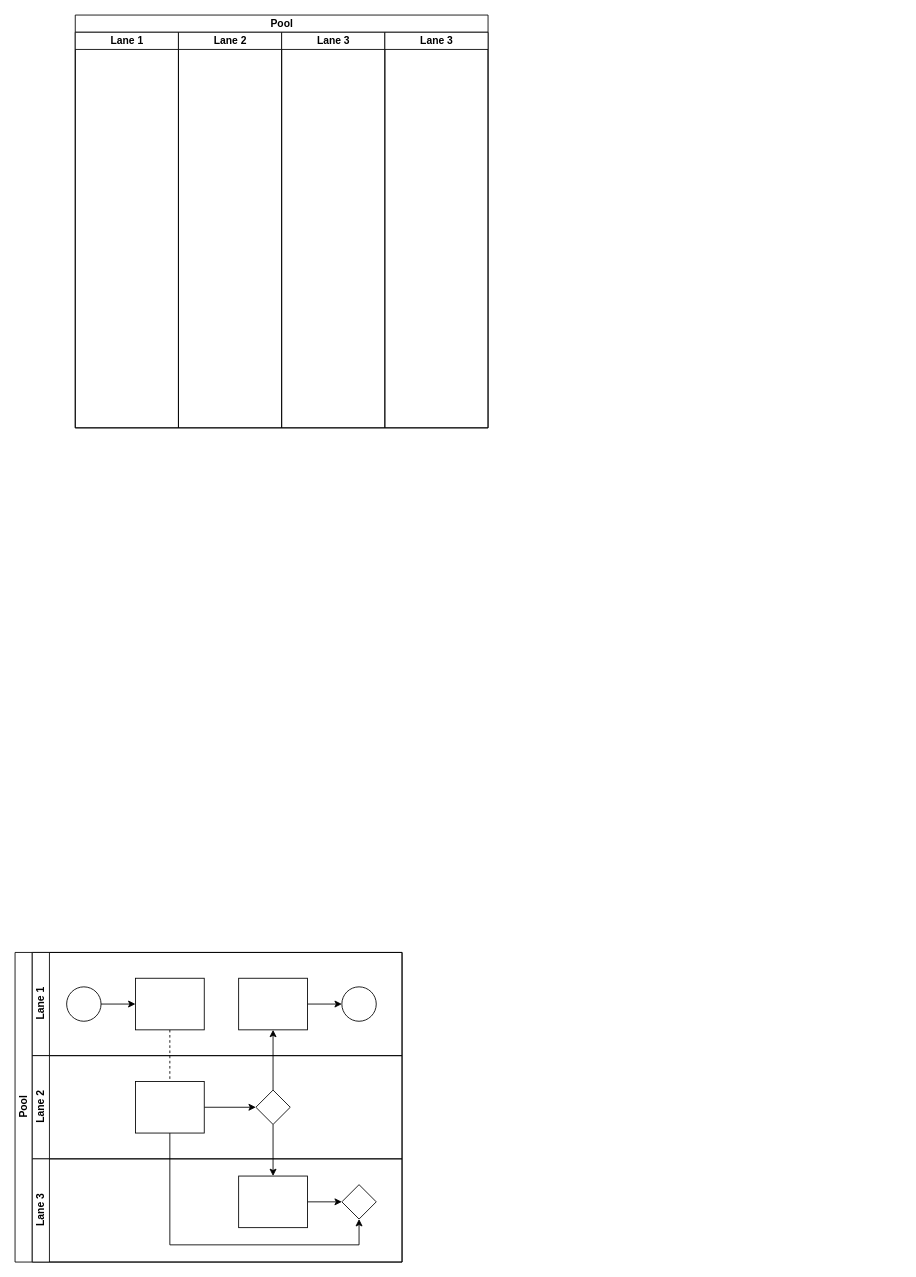
The draw.io diagram page "lane_diagram" (2 of 3) of graphs/datasets_v0.1.drawio in zhongchun/daily, before the edit. Source tidied: cells renumbered, new cells numbered last; positions are measured from the earlier drawing's top-left corner, leaving out a move shared by most shapes. Both pictures are drawn from the tidied source at 86%, with x=0, y=0 at pixel (15, 15).
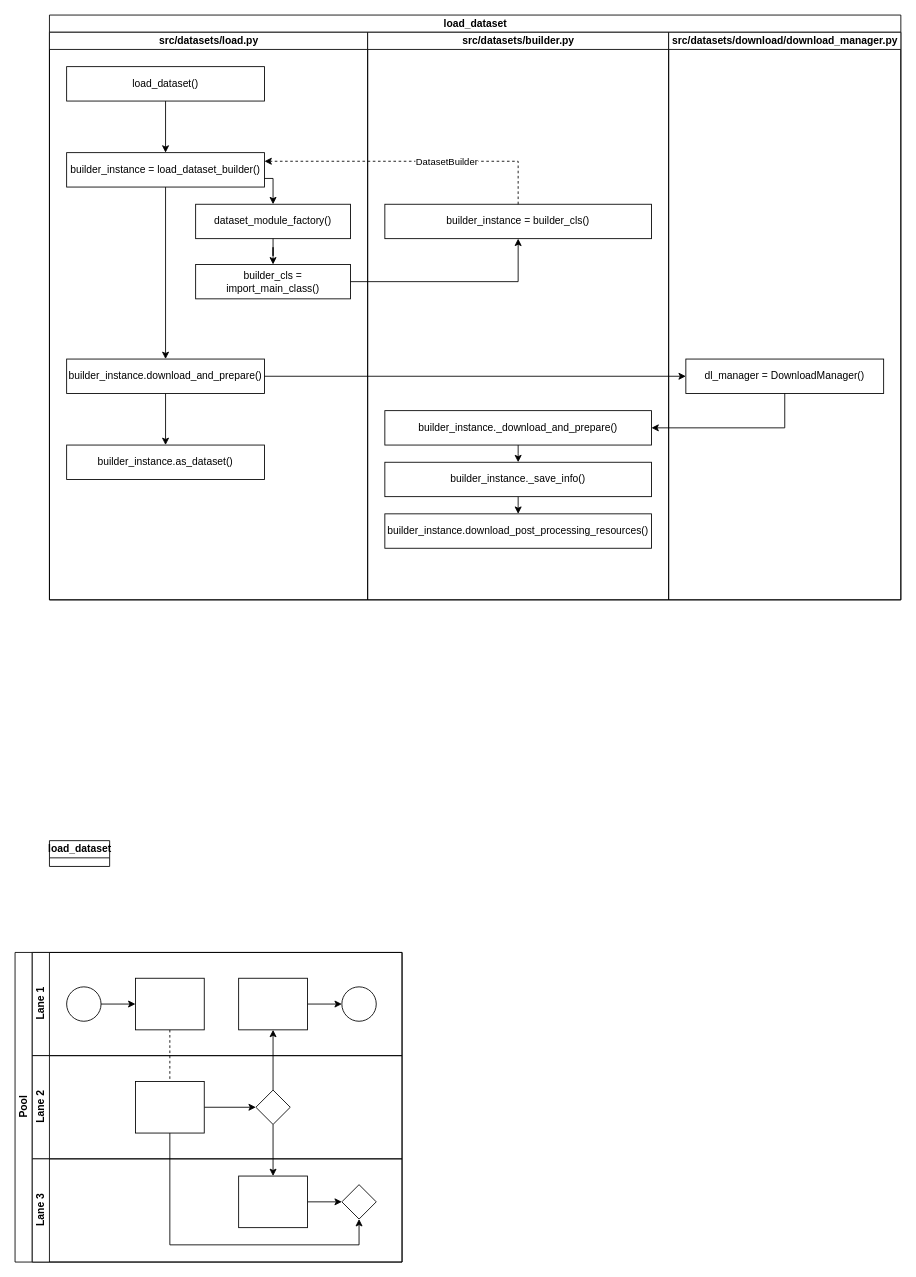
After the change.

Change to the diagram source:
```diff
@@
-    <mxCell id="2" value="Pool" style="swimlane;startSize=20;html=1;" parent="1" vertex="1">
-      <mxGeometry x="70" width="480" height="480" as="geometry" />
+    <mxCell id="2" value="load_dataset" style="swimlane;startSize=20;html=1;" parent="1" vertex="1">
+      <mxGeometry x="40" width="990" height="680" as="geometry" />
     </mxCell>
-    <mxCell id="3" value="Lane 1" style="swimlane;startSize=20;html=1;" parent="2" vertex="1">
-      <mxGeometry y="20" width="120" height="460" as="geometry" />
+    <mxCell id="3" value="src/datasets/load.py" style="swimlane;startSize=20;html=1;" parent="2" vertex="1">
+      <mxGeometry y="20" width="370" height="660" as="geometry" />
     </mxCell>
+    <mxCell id="27" style="edgeStyle=orthogonalEdgeStyle;rounded=0;jettySize=auto;html=1;" parent="3" edge="1" source="28" target="30">
+      <mxGeometry relative="1" as="geometry" />
+    </mxCell>
+    <mxCell id="28" value="load_dataset()" style="rounded=0;whiteSpace=wrap;html=1;" parent="3" vertex="1">
+      <mxGeometry x="20" y="40" width="230" height="40" as="geometry" />
+    </mxCell>
+    <mxCell id="29" style="edgeStyle=orthogonalEdgeStyle;rounded=0;jettySize=auto;html=1;" parent="3" edge="1" source="30" target="32">
+      <mxGeometry relative="1" as="geometry" />
+    </mxCell>
+    <mxCell id="30" value="builder_instance = load_dataset_builder()" style="rounded=0;whiteSpace=wrap;html=1;" parent="3" vertex="1">
+      <mxGeometry x="20" y="140" width="230" height="40" as="geometry" />
+    </mxCell>
+    <mxCell id="31" style="edgeStyle=orthogonalEdgeStyle;rounded=0;jettySize=auto;html=1;" parent="3" edge="1" source="32" target="33">
+      <mxGeometry relative="1" as="geometry" />
+    </mxCell>
+    <mxCell id="32" value="builder_instance.download_and_prepare()" style="rounded=0;whiteSpace=wrap;html=1;" parent="3" vertex="1">
+      <mxGeometry x="20" y="380" width="230" height="40" as="geometry" />
+    </mxCell>
+    <mxCell id="33" value="builder_instance.as_dataset()" style="rounded=0;whiteSpace=wrap;html=1;" parent="3" vertex="1">
+      <mxGeometry x="20" y="480" width="230" height="40" as="geometry" />
+    </mxCell>
+    <mxCell id="34" value="dataset_module_factory()" style="rounded=0;whiteSpace=wrap;html=1;" parent="3" vertex="1">
+      <mxGeometry x="170" y="200" width="180" height="40" as="geometry" />
+    </mxCell>
+    <mxCell id="35" value="builder_cls = import_main_class()" style="rounded=0;whiteSpace=wrap;html=1;" parent="3" vertex="1">
+      <mxGeometry x="170" y="270" width="180" height="40" as="geometry" />
+    </mxCell>
+    <mxCell id="36" style="edgeStyle=orthogonalEdgeStyle;rounded=0;jettySize=auto;html=1;" parent="3" edge="1" source="34" target="35">
+      <mxGeometry relative="1" as="geometry" />
+    </mxCell>
+    <mxCell id="37" style="endArrow=classic;html=1;rounded=0;exitX=1;exitY=0.75;exitDx=0;exitDy=0;edgeStyle=orthogonalEdgeStyle;" parent="3" edge="1" source="30" target="34">
+      <mxGeometry relative="1" as="geometry" />
+    </mxCell>
-    <mxCell id="4" value="Lane 2" style="swimlane;startSize=20;html=1;" parent="2" vertex="1">
-      <mxGeometry x="120" y="20" width="120" height="460" as="geometry" />
+    <mxCell id="4" value="src/datasets/builder.py" style="swimlane;startSize=20;html=1;" parent="2" vertex="1">
+      <mxGeometry x="370" y="20" width="350" height="660" as="geometry" />
     </mxCell>
+    <mxCell id="38" value="builder_instance = builder_cls()" style="rounded=0;whiteSpace=wrap;html=1;" parent="4" vertex="1">
+      <mxGeometry x="20" y="200" width="310" height="40" as="geometry" />
+    </mxCell>
+    <mxCell id="39" style="edgeStyle=elbowEdgeStyle;rounded=0;jettySize=auto;html=1;" parent="4" edge="1" source="40" target="42">
+      <mxGeometry relative="1" as="geometry" />
+    </mxCell>
+    <mxCell id="40" value="builder_instance._download_and_prepare()" style="rounded=0;whiteSpace=wrap;html=1;" parent="4" vertex="1">
+      <mxGeometry x="20" y="440" width="310" height="40" as="geometry" />
+    </mxCell>
+    <mxCell id="41" style="edgeStyle=elbowEdgeStyle;rounded=0;jettySize=auto;html=1;" parent="4" edge="1" source="42" target="43">
+      <mxGeometry relative="1" as="geometry" />
+    </mxCell>
+    <mxCell id="42" value="builder_instance._save_info()" style="rounded=0;whiteSpace=wrap;html=1;" parent="4" vertex="1">
+      <mxGeometry x="20" y="500" width="310" height="40" as="geometry" />
+    </mxCell>
+    <mxCell id="43" value="builder_instance.download_post_processing_resources()" style="rounded=0;whiteSpace=wrap;html=1;" parent="4" vertex="1">
+      <mxGeometry x="20" y="560" width="310" height="40" as="geometry" />
+    </mxCell>
-    <mxCell id="5" value="Lane 3" style="swimlane;startSize=20;html=1;" parent="2" vertex="1">
-      <mxGeometry x="240" y="20" width="120" height="460" as="geometry" />
+    <mxCell id="5" value="src/datasets/download/download_manager.py" style="swimlane;startSize=20;html=1;" parent="2" vertex="1">
+      <mxGeometry x="720" y="20" width="270" height="660" as="geometry" />
     </mxCell>
-    <mxCell id="6" value="Lane 3" style="swimlane;startSize=20;html=1;" parent="2" vertex="1">
-      <mxGeometry x="360" y="20" width="120" height="460" as="geometry" />
-    </mxCell>
+    <mxCell id="44" value="dl_manager = DownloadManager()" style="rounded=0;whiteSpace=wrap;html=1;" parent="5" vertex="1">
+      <mxGeometry x="20" y="380" width="230" height="40" as="geometry" />
+    </mxCell>
+    <mxCell id="45" style="edgeStyle=orthogonalEdgeStyle;rounded=0;jettySize=auto;html=1;" parent="2" edge="1" source="35" target="38">
+      <mxGeometry relative="1" as="geometry" />
+    </mxCell>
+    <mxCell id="46" style="endArrow=classic;html=1;rounded=0;exitX=0.5;exitY=0;exitDx=0;exitDy=0;entryX=1;entryY=0.25;entryDx=0;entryDy=0;edgeStyle=orthogonalEdgeStyle;dashed=1;" parent="2" edge="1" source="38" target="30">
+      <mxGeometry relative="1" as="geometry" />
+    </mxCell>
+    <mxCell id="47" value="DatasetBuilder" style="edgeLabel;html=1;align=center;verticalAlign=middle;" parent="46" vertex="1">
+      <mxGeometry x="-0.03" y="2" relative="1" as="geometry">
+        <mxPoint x="33" y="-2" as="offset" />
+      </mxGeometry>
+    </mxCell>
+    <mxCell id="48" style="edgeStyle=orthogonalEdgeStyle;rounded=0;jettySize=auto;html=1;exitX=1;exitY=0.5;exitDx=0;exitDy=0;entryX=0;entryY=0.5;entryDx=0;entryDy=0;" parent="2" edge="1" source="32" target="44">
+      <mxGeometry relative="1" as="geometry" />
+    </mxCell>
+    <mxCell id="49" style="edgeStyle=orthogonalEdgeStyle;rounded=0;jettySize=auto;html=1;exitX=0.5;exitY=1;exitDx=0;exitDy=0;entryX=1;entryY=0.5;entryDx=0;entryDy=0;" parent="2" edge="1" source="44" target="40">
+      <mxGeometry relative="1" as="geometry" />
+    </mxCell>
@@
+    <mxCell id="50" value="load_dataset" style="swimlane;startSize=20;html=1;" parent="1" vertex="1" collapsed="1">
+      <mxGeometry x="40" y="960" width="70" height="30" as="geometry" />
+    </mxCell>
```
